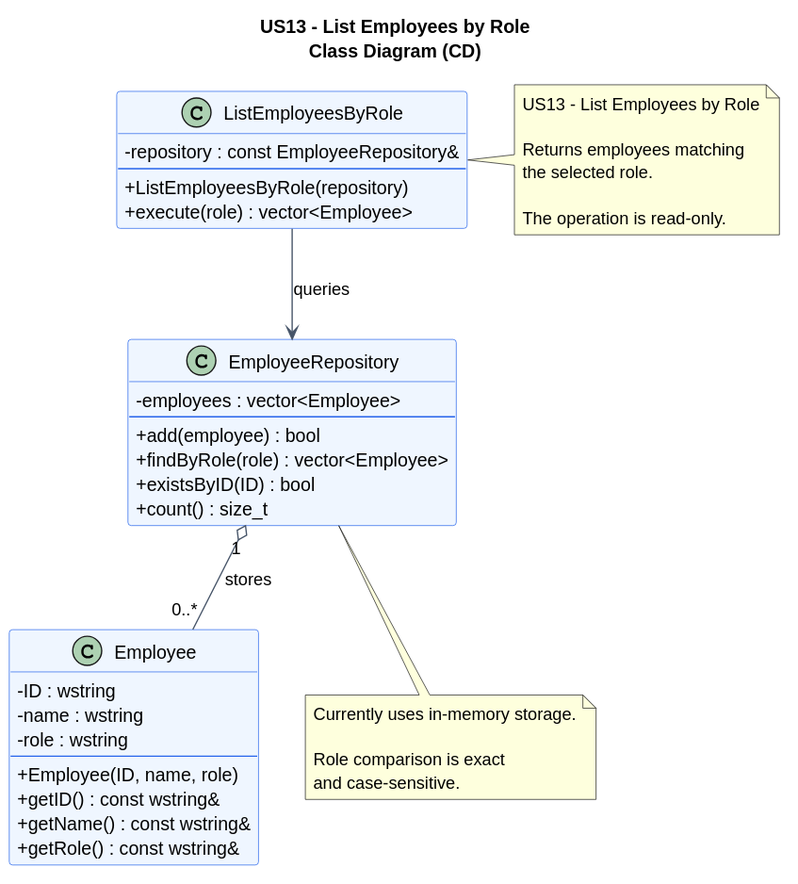
Earlier version of the PlantUML export docs/system-documentation/US13/svg/US13-CD.svg (jmaia574/leti-esoft-26-27-B6).
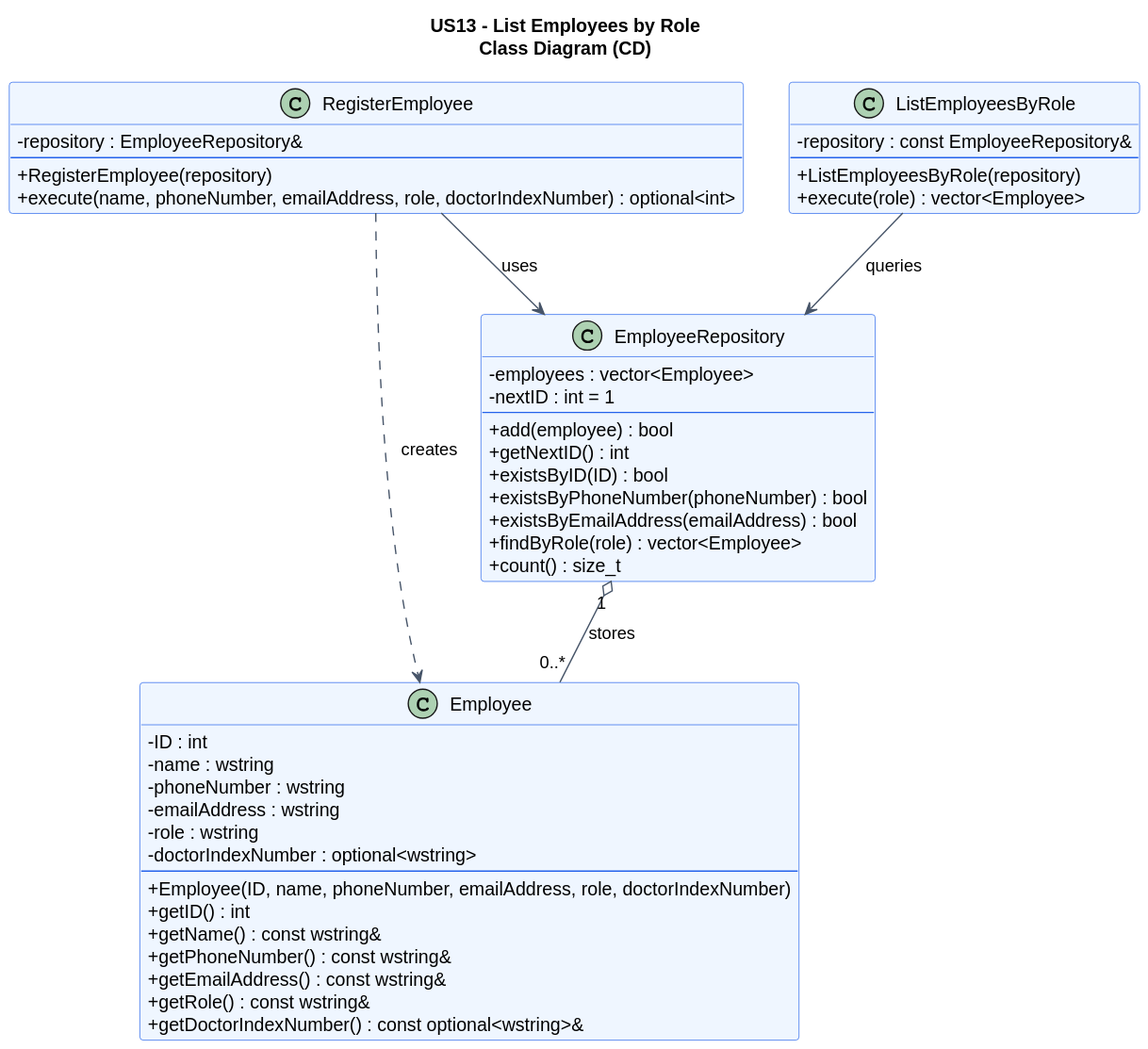
Above is the later version.

What changed in the source:
```diff
@@ -7,25 +7,43 @@
 skinparam classBorderColor #2563EB
 skinparam classBackgroundColor #EFF6FF
 skinparam ArrowColor #475569
+skinparam NoteBackgroundColor #FFF9E6
 
 class Employee {
-    - ID : wstring
+    - ID : int
     - name : wstring
+    - phoneNumber : wstring
+    - emailAddress : wstring
     - role : wstring
+    - doctorIndexNumber : optional<wstring>
     --
-    + Employee(ID, name, role)
-    + getID() : const wstring&
+    + Employee(ID, name, phoneNumber, emailAddress, role, doctorIndexNumber)
+    + getID() : int
     + getName() : const wstring&
+    + getPhoneNumber() : const wstring&
+    + getEmailAddress() : const wstring&
     + getRole() : const wstring&
+    + getDoctorIndexNumber() : const optional<wstring>&
 }
 
 class EmployeeRepository {
     - employees : vector<Employee>
+    - nextID : int = 1
     --
     + add(employee) : bool
+    + getNextID() : int
+    + existsByID(ID) : bool
+    + existsByPhoneNumber(phoneNumber) : bool
+    + existsByEmailAddress(emailAddress) : bool
     + findByRole(role) : vector<Employee>
-    + existsByID(ID) : bool
     + count() : size_t
+}
+
+class RegisterEmployee {
+    - repository : EmployeeRepository&
+    --
+    + RegisterEmployee(repository)
+    + execute(name, phoneNumber, emailAddress, role, doctorIndexNumber) : optional<int>
 }
 
 class ListEmployeesByRole {
@@ -36,22 +54,7 @@
 }
 
 EmployeeRepository "1" o-- "0..*" Employee : stores
-
+RegisterEmployee --> EmployeeRepository : uses
+RegisterEmployee ..> Employee : creates
 ListEmployeesByRole --> EmployeeRepository : queries
-
-note right of ListEmployeesByRole
-US13 - List Employees by Role
-
-Returns employees matching
-the selected role.
-
-The operation is read-only.
-end note
-
-note bottom of EmployeeRepository
-Currently uses in-memory storage.
-
-Role comparison is exact
-and case-sensitive.
-end note
 @enduml
```
